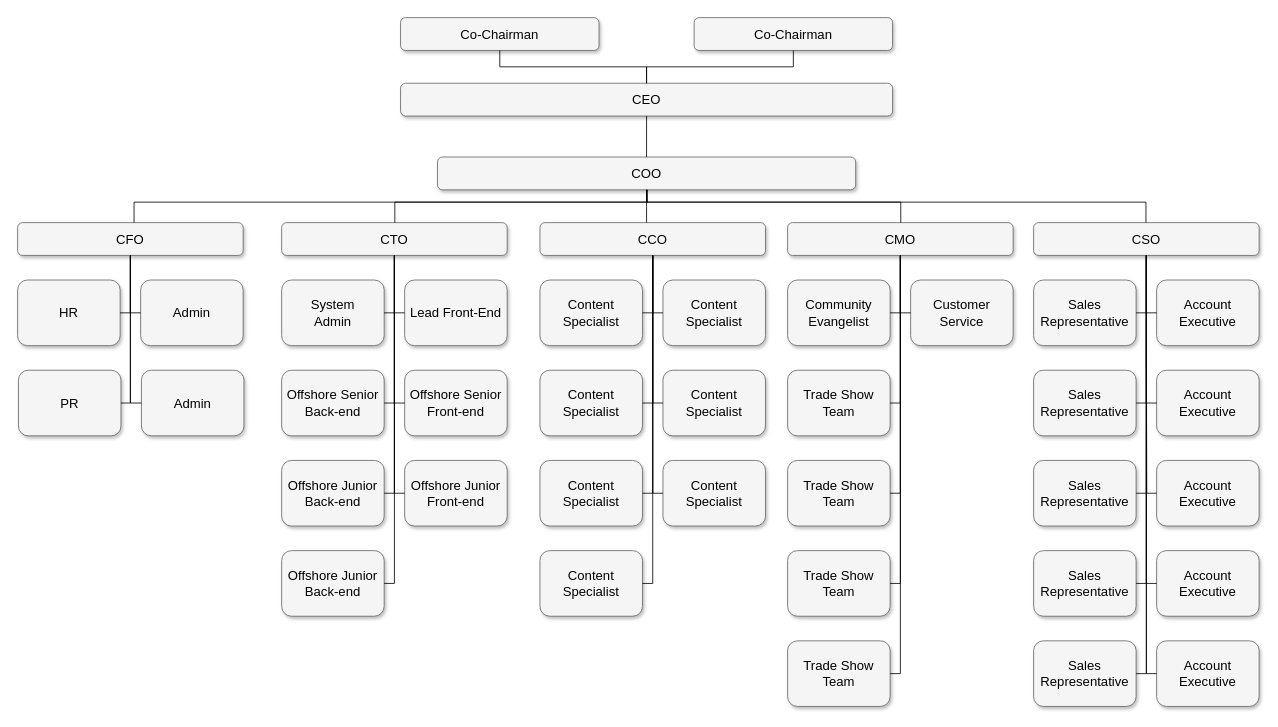
ilmi24/tugas_MR20 keeps this draw.io diagram as Organo.drawio. Above is the earlier version. Source tidied: cells renumbered, new cells numbered last; positions are measured from the earlier drawing's top-left corner, leaving out a move shared by most shapes. Both pictures are drawn from the tidied source at 82%, with x=0, y=0 at pixel (17, 17).
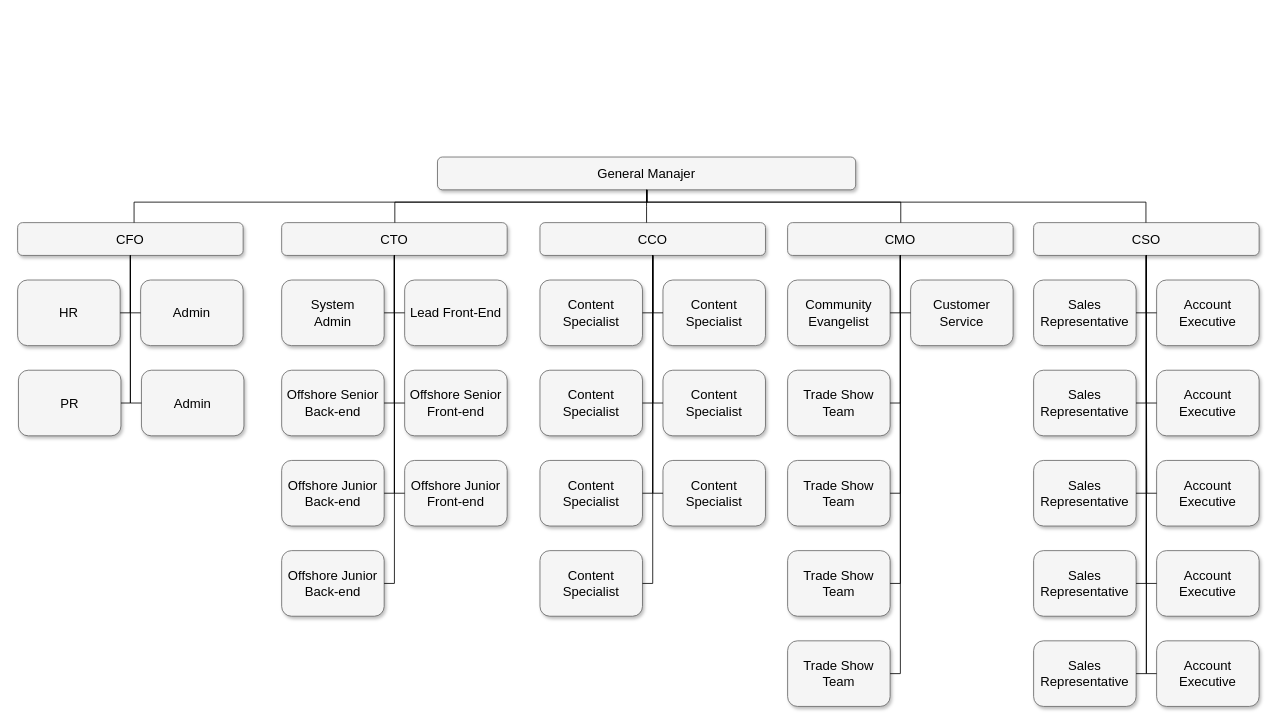
Above is the later version.

What changed in the source:
```diff
@@
-    <mxCell id="2" value="Co-Chairman" style="whiteSpace=wrap;html=1;rounded=1;shadow=1;strokeWidth=1;fontSize=16;align=center;fillColor=#f5f5f5;strokeColor=#666666;" parent="1" vertex="1">
-      <mxGeometry x="825" width="242" height="40" as="geometry" />
-    </mxCell>
-    <mxCell id="3" value="CEO" style="whiteSpace=wrap;html=1;rounded=1;shadow=1;strokeWidth=1;fontSize=16;align=center;fillColor=#f5f5f5;strokeColor=#666666;" parent="1" vertex="1">
-      <mxGeometry x="467" y="80" width="600" height="40" as="geometry" />
-    </mxCell>
-    <mxCell id="4" value="COO" style="whiteSpace=wrap;html=1;rounded=1;shadow=1;strokeWidth=1;fontSize=16;align=center;fillColor=#f5f5f5;strokeColor=#666666;" parent="1" vertex="1">
+    <mxCell id="4" value="General Manajer" style="whiteSpace=wrap;html=1;rounded=1;shadow=1;strokeWidth=1;fontSize=16;align=center;fillColor=#f5f5f5;strokeColor=#666666;" parent="1" vertex="1">
       <mxGeometry x="512" y="170" width="510" height="40" as="geometry" />
     </mxCell>
@@
-    <mxCell id="40" value="Co-Chairman" style="whiteSpace=wrap;html=1;rounded=1;shadow=1;strokeWidth=1;fontSize=16;align=center;fillColor=#f5f5f5;strokeColor=#666666;" parent="1" vertex="1">
-      <mxGeometry x="467" width="242" height="40" as="geometry" />
-    </mxCell>
@@
-    <mxCell id="45" style="edgeStyle=orthogonalEdgeStyle;html=1;startSize=6;endFill=0;endSize=6;strokeWidth=1;fontSize=16;rounded=0;endArrow=none;" parent="1" edge="1" source="40" target="3">
-      <mxGeometry relative="1" as="geometry" />
-    </mxCell>
-    <mxCell id="46" style="edgeStyle=orthogonalEdgeStyle;html=1;startSize=6;endFill=0;endSize=6;strokeWidth=1;fontSize=16;rounded=0;endArrow=none;" parent="1" edge="1" source="2" target="3">
-      <mxGeometry relative="1" as="geometry" />
-    </mxCell>
-    <mxCell id="47" style="edgeStyle=orthogonalEdgeStyle;html=1;startSize=6;endFill=0;endSize=6;strokeWidth=1;fontSize=16;rounded=0;endArrow=none;" parent="1" edge="1" source="3" target="4">
-      <mxGeometry relative="1" as="geometry" />
-    </mxCell>
```
